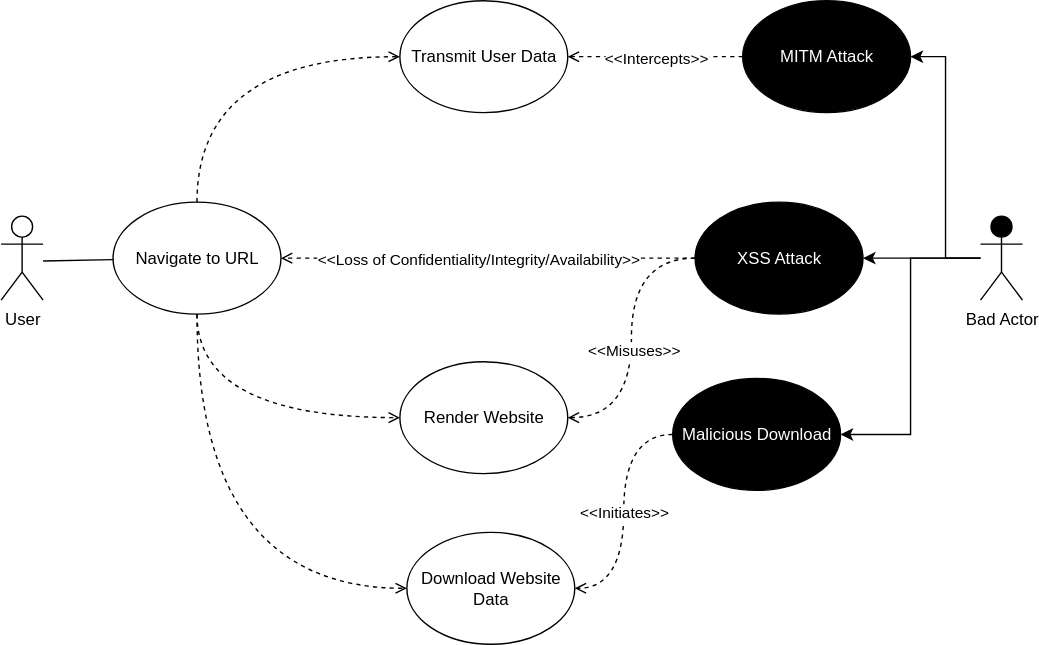
This is docs/UseCase_Navigate_to_URL.svg from chauler/CYBR8420-Team5-Project, a draw.io export, as it was before one commit. Source tidied: cells renumbered, new cells last; positions are measured from the earlier drawing's top-left corner, leaving out a move shared by most shapes.
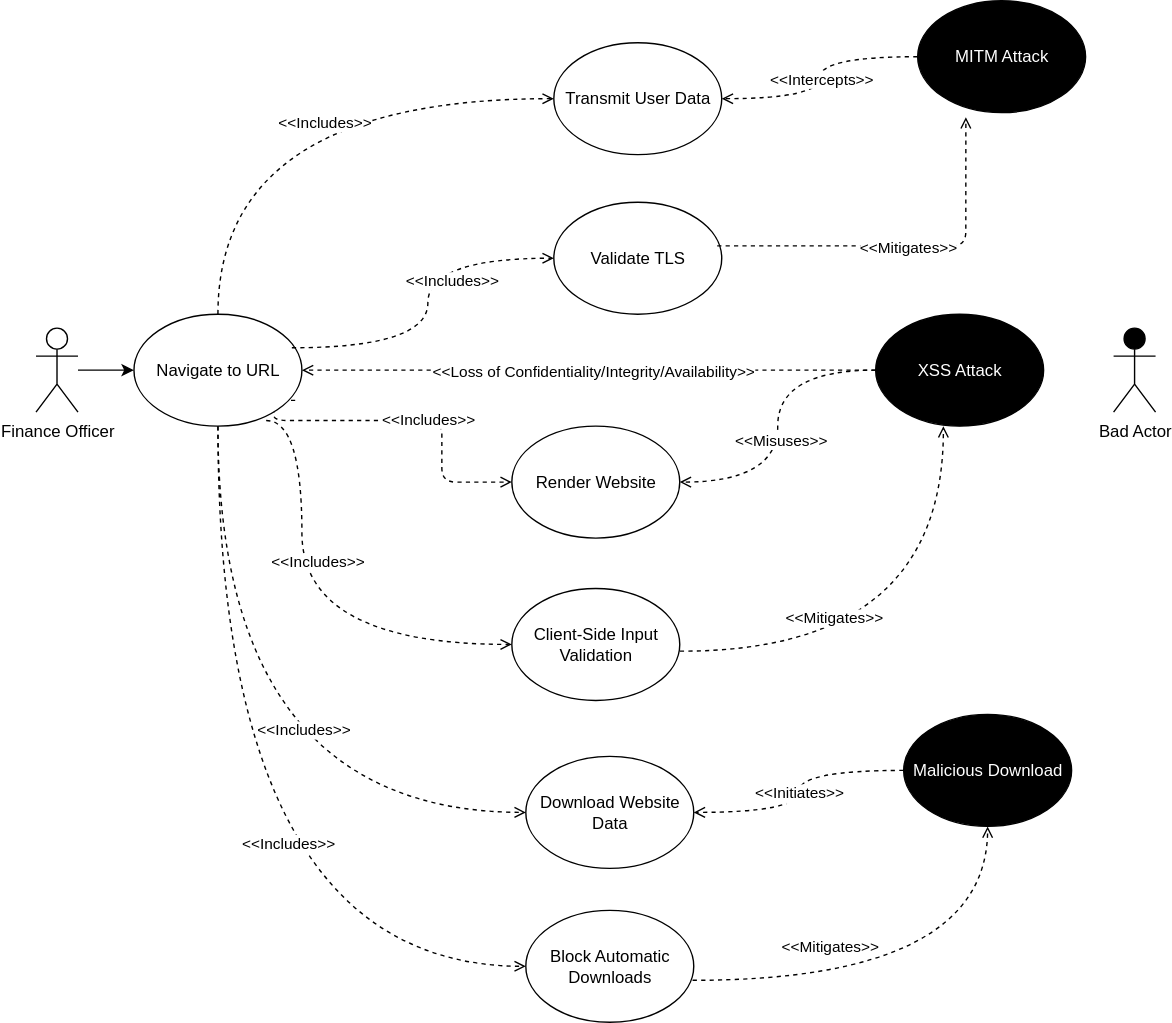
The same diagram one commit later.

Commit message:
Added mitigating security controls to diagram

Diff of the diagram source:
```diff
@@ -2,42 +2,41 @@
   <root>
     <mxCell id="0" />
     <mxCell id="1" parent="0" />
+    <mxCell id="28" style="edgeStyle=orthogonalEdgeStyle;rounded=0;jettySize=auto;html=1;" parent="1" edge="1" source="2" target="7">
+      <mxGeometry relative="1" as="geometry" />
+    </mxCell>
-    <mxCell id="2" value="User" style="shape=umlActor;verticalLabelPosition=bottom;verticalAlign=top;html=1;outlineConnect=0;fillColor=#FFFFFF;" parent="1" vertex="1">
-      <mxGeometry y="154" width="30" height="60" as="geometry" />
+    <mxCell id="2" value="Finance Officer" style="shape=umlActor;verticalLabelPosition=bottom;verticalAlign=top;html=1;outlineConnect=0;fillColor=#FFFFFF;" parent="1" vertex="1">
+      <mxGeometry x="-70" y="154" width="30" height="60" as="geometry" />
     </mxCell>
     <mxCell id="3" style="endArrow=none;html=1;" parent="1" edge="1" source="7">
       <mxGeometry relative="1" as="geometry">
         <mxPoint x="120" y="186" as="targetPoint" />
       </mxGeometry>
     </mxCell>
-    <mxCell id="4" style="edgeStyle=orthogonalEdgeStyle;rounded=1;jettySize=auto;html=1;entryX=0;entryY=0.5;entryDx=0;entryDy=0;dashed=1;strokeWidth=1;endFill=0;endArrow=open;curved=1;exitX=0.5;exitY=1;exitDx=0;exitDy=0;" parent="1" edge="1" source="7" target="5">
-      <mxGeometry relative="1" as="geometry" />
+    <mxCell id="4" style="edgeStyle=orthogonalEdgeStyle;rounded=1;jettySize=auto;html=1;entryX=0;entryY=0.5;entryDx=0;entryDy=0;dashed=1;strokeWidth=1;endFill=0;endArrow=open;curved=0;exitX=0.96;exitY=0.77;exitDx=0;exitDy=0;exitPerimeter=0;" parent="1" edge="1" source="7" target="5">
+      <mxGeometry relative="1" as="geometry">
+        <Array as="points">
+          <mxPoint x="100" y="206" />
+          <mxPoint x="100" y="220" />
+          <mxPoint x="220" y="220" />
+          <mxPoint x="220" y="264" />
+        </Array>
+      </mxGeometry>
     </mxCell>
+    <mxCell id="29" value="&amp;lt;&amp;lt;Includes&amp;gt;&amp;gt;" style="edgeLabel;html=1;align=center;verticalAlign=middle;" parent="4" vertex="1">
+      <mxGeometry x="0.14" y="2" relative="1" as="geometry" />
+    </mxCell>
     <mxCell id="5" value="&lt;font style=&quot;color: rgb(0, 0, 0);&quot;&gt;Render Website&lt;/font&gt;" style="ellipse;whiteSpace=wrap;html=1;fillStyle=solid;fillColor=#FFFFFF;" parent="1" vertex="1">
-      <mxGeometry x="285" y="258" width="120" height="80" as="geometry" />
+      <mxGeometry x="270" y="224" width="120" height="80" as="geometry" />
     </mxCell>
-    <mxCell id="6" style="endArrow=none;html=1;" parent="1" edge="1" target="7">
-      <mxGeometry relative="1" as="geometry">
-        <mxPoint x="30" y="186" as="sourcePoint" />
-      </mxGeometry>
-    </mxCell>
     <mxCell id="7" value="&lt;font style=&quot;color: rgb(0, 0, 0);&quot;&gt;Navigate to URL&lt;/font&gt;" style="ellipse;whiteSpace=wrap;html=1;fillColor=#FFFFFF;fillStyle=solid;" parent="1" vertex="1">
-      <mxGeometry x="80" y="144" width="120" height="80" as="geometry" />
+      <mxGeometry y="144" width="120" height="80" as="geometry" />
     </mxCell>
-    <mxCell id="8" style="edgeStyle=orthogonalEdgeStyle;rounded=0;jettySize=auto;html=1;" parent="1" edge="1" source="11" target="12">
-      <mxGeometry relative="1" as="geometry" />
-    </mxCell>
-    <mxCell id="9" style="edgeStyle=orthogonalEdgeStyle;rounded=0;jettySize=auto;html=1;entryX=1;entryY=0.5;entryDx=0;entryDy=0;" parent="1" edge="1" source="11" target="21">
-      <mxGeometry relative="1" as="geometry" />
-    </mxCell>
-    <mxCell id="10" style="edgeStyle=orthogonalEdgeStyle;rounded=0;jettySize=auto;html=1;entryX=1;entryY=0.5;entryDx=0;entryDy=0;" parent="1" edge="1" source="11" target="25">
-      <mxGeometry relative="1" as="geometry" />
-    </mxCell>
     <mxCell id="11" value="Bad Actor" style="shape=umlActor;verticalLabelPosition=bottom;verticalAlign=top;html=1;outlineConnect=0;fillColor=#000000;" parent="1" vertex="1">
       <mxGeometry x="700" y="154" width="30" height="60" as="geometry" />
     </mxCell>
     <mxCell id="12" value="XSS Attack" style="ellipse;whiteSpace=wrap;html=1;fillColor=#000000;fontColor=#FFFFFF;" parent="1" vertex="1">
-      <mxGeometry x="496" y="144" width="120" height="80" as="geometry" />
+      <mxGeometry x="530" y="144" width="120" height="80" as="geometry" />
     </mxCell>
     <mxCell id="13" style="edgeStyle=orthogonalEdgeStyle;rounded=1;jettySize=auto;html=1;dashed=1;strokeWidth=1;endFill=0;endArrow=open;curved=1;exitX=0;exitY=0.5;exitDx=0;exitDy=0;entryX=1;entryY=0.5;entryDx=0;entryDy=0;" parent="1" edge="1" source="12" target="5">
       <mxGeometry relative="1" as="geometry" />
@@ -46,13 +45,16 @@
       <mxGeometry x="0.08" y="1" relative="1" as="geometry" />
     </mxCell>
     <mxCell id="15" value="&lt;font style=&quot;color: rgb(0, 0, 0);&quot;&gt;Transmit User Data&lt;/font&gt;" style="ellipse;whiteSpace=wrap;html=1;fillStyle=solid;fillColor=#FFFFFF;" parent="1" vertex="1">
-      <mxGeometry x="285" width="120" height="80" as="geometry" />
+      <mxGeometry x="300" y="-50" width="120" height="80" as="geometry" />
     </mxCell>
     <mxCell id="16" style="edgeStyle=orthogonalEdgeStyle;rounded=1;jettySize=auto;html=1;entryX=0;entryY=0.5;entryDx=0;entryDy=0;dashed=1;strokeWidth=1;endFill=0;endArrow=open;curved=1;exitX=0.5;exitY=0;exitDx=0;exitDy=0;" parent="1" edge="1" source="7" target="15">
       <mxGeometry relative="1" as="geometry" />
     </mxCell>
+    <mxCell id="30" value="&amp;lt;&amp;lt;Includes&amp;gt;&amp;gt;" style="edgeLabel;html=1;align=center;verticalAlign=middle;" parent="16" vertex="1">
+      <mxGeometry x="0.16" y="-16" relative="1" as="geometry" />
+    </mxCell>
     <mxCell id="17" value="&lt;font style=&quot;color: rgb(0, 0, 0);&quot;&gt;Download Website Data&lt;/font&gt;" style="ellipse;whiteSpace=wrap;html=1;fillStyle=solid;fillColor=#FFFFFF;" parent="1" vertex="1">
-      <mxGeometry x="290" y="380" width="120" height="80" as="geometry" />
+      <mxGeometry x="280" y="460" width="120" height="80" as="geometry" />
     </mxCell>
     <mxCell id="18" style="edgeStyle=orthogonalEdgeStyle;curved=1;rounded=0;jettySize=auto;html=1;dashed=1;endArrow=open;endFill=0;strokeWidth=1;exitX=0;exitY=0.5;exitDx=0;exitDy=0;" parent="1" edge="1" source="12" target="7">
       <mxGeometry relative="1" as="geometry" />
@@ -65,8 +67,13 @@
     <mxCell id="20" style="edgeStyle=orthogonalEdgeStyle;rounded=1;jettySize=auto;html=1;entryX=0;entryY=0.5;entryDx=0;entryDy=0;dashed=1;strokeWidth=1;endFill=0;endArrow=open;curved=1;exitX=0.5;exitY=1;exitDx=0;exitDy=0;" parent="1" edge="1" source="7" target="17">
       <mxGeometry relative="1" as="geometry" />
     </mxCell>
+    <mxCell id="31" value="&amp;lt;&amp;lt;Includes&amp;gt;&amp;gt;" style="edgeLabel;html=1;align=center;verticalAlign=middle;" parent="20" vertex="1">
+      <mxGeometry x="-0.02" y="49" relative="1" as="geometry">
+        <mxPoint x="11" y="-27" as="offset" />
+      </mxGeometry>
+    </mxCell>
     <mxCell id="21" value="Malicious Download" style="ellipse;whiteSpace=wrap;html=1;fillColor=#000000;fontColor=#FFFFFF;" parent="1" vertex="1">
-      <mxGeometry x="480" y="270" width="120" height="80" as="geometry" />
+      <mxGeometry x="550" y="430" width="120" height="80" as="geometry" />
     </mxCell>
     <mxCell id="22" style="edgeStyle=orthogonalEdgeStyle;rounded=1;jettySize=auto;html=1;dashed=1;strokeWidth=1;endFill=0;endArrow=open;curved=1;exitX=0;exitY=0.5;exitDx=0;exitDy=0;entryX=1;entryY=0.5;entryDx=0;entryDy=0;" parent="1" edge="1" source="21" target="17">
       <mxGeometry relative="1" as="geometry" />
@@ -78,7 +85,7 @@
       <mxGeometry y="-1" relative="1" as="geometry" />
     </mxCell>
     <mxCell id="25" value="MITM Attack" style="ellipse;whiteSpace=wrap;html=1;fillColor=#000000;fontColor=#FFFFFF;" parent="1" vertex="1">
-      <mxGeometry x="530" width="120" height="80" as="geometry" />
+      <mxGeometry x="560" y="-80" width="120" height="80" as="geometry" />
     </mxCell>
     <mxCell id="26" style="edgeStyle=orthogonalEdgeStyle;rounded=1;jettySize=auto;html=1;dashed=1;strokeWidth=1;endFill=0;endArrow=open;curved=1;exitX=0;exitY=0.5;exitDx=0;exitDy=0;entryX=1;entryY=0.5;entryDx=0;entryDy=0;" parent="1" edge="1" source="25" target="15">
       <mxGeometry relative="1" as="geometry" />
@@ -86,5 +93,64 @@
     <mxCell id="27" value="&amp;lt;&amp;lt;Intercepts&amp;gt;&amp;gt;" style="edgeLabel;html=1;align=center;verticalAlign=middle;" parent="26" vertex="1">
       <mxGeometry x="0.01" relative="1" as="geometry" />
     </mxCell>
+    <mxCell id="32" value="&lt;font style=&quot;color: rgb(0, 0, 0);&quot;&gt;Client-Side Input Validation&lt;/font&gt;" style="ellipse;whiteSpace=wrap;html=1;fillStyle=solid;fillColor=#FFFFFF;" parent="1" vertex="1">
+      <mxGeometry x="270" y="340" width="120" height="80" as="geometry" />
+    </mxCell>
+    <mxCell id="33" style="edgeStyle=orthogonalEdgeStyle;rounded=1;orthogonalLoop=1;jettySize=auto;html=1;dashed=1;strokeWidth=1;endFill=0;endArrow=open;curved=1;entryX=0.403;entryY=0.94;entryDx=0;entryDy=0;entryPerimeter=0;" parent="1" edge="1">
+      <mxGeometry relative="1" as="geometry">
+        <mxPoint x="390" y="384.8" as="sourcePoint" />
+        <mxPoint x="578.4" y="224" as="targetPoint" />
+      </mxGeometry>
+    </mxCell>
+    <mxCell id="34" value="&amp;lt;&amp;lt;Mitigates&amp;gt;&amp;gt;" style="edgeLabel;html=1;align=center;verticalAlign=middle;" parent="33" vertex="1">
+      <mxGeometry x="-0.06" relative="1" as="geometry">
+        <mxPoint x="-54" y="-25" as="offset" />
+      </mxGeometry>
+    </mxCell>
+    <mxCell id="35" style="edgeStyle=orthogonalEdgeStyle;rounded=1;jettySize=auto;html=1;entryX=0;entryY=0.5;entryDx=0;entryDy=0;dashed=1;strokeWidth=1;endFill=0;endArrow=open;curved=1;exitX=0.787;exitY=0.95;exitDx=0;exitDy=0;exitPerimeter=0;" parent="1" edge="1" source="7" target="32">
+      <mxGeometry relative="1" as="geometry">
+        <Array as="points">
+          <mxPoint x="120" y="220" />
+          <mxPoint x="120" y="380" />
+        </Array>
+      </mxGeometry>
+    </mxCell>
+    <mxCell id="36" value="&amp;lt;&amp;lt;Includes&amp;gt;&amp;gt;" style="edgeLabel;html=1;align=center;verticalAlign=middle;" parent="35" vertex="1">
+      <mxGeometry x="0.14" y="2" relative="1" as="geometry">
+        <mxPoint x="4" y="-58" as="offset" />
+      </mxGeometry>
+    </mxCell>
+    <mxCell id="37" value="&lt;font style=&quot;color: rgb(0, 0, 0);&quot;&gt;Validate TLS&lt;/font&gt;" style="ellipse;whiteSpace=wrap;html=1;fillStyle=solid;fillColor=#FFFFFF;" parent="1" vertex="1">
+      <mxGeometry x="300" y="64" width="120" height="80" as="geometry" />
+    </mxCell>
+    <mxCell id="38" style="edgeStyle=orthogonalEdgeStyle;rounded=1;jettySize=auto;html=1;dashed=1;strokeWidth=1;endFill=0;endArrow=open;curved=0;exitX=0.973;exitY=0.39;exitDx=0;exitDy=0;entryX=0.287;entryY=1.04;entryDx=0;entryDy=0;entryPerimeter=0;exitPerimeter=0;" parent="1" edge="1" source="37" target="25">
+      <mxGeometry relative="1" as="geometry" />
+    </mxCell>
+    <mxCell id="39" value="&amp;lt;&amp;lt;Mitigates&amp;gt;&amp;gt;" style="edgeLabel;html=1;align=center;verticalAlign=middle;" parent="38" vertex="1">
+      <mxGeometry x="0.01" relative="1" as="geometry" />
+    </mxCell>
+    <mxCell id="40" style="edgeStyle=orthogonalEdgeStyle;rounded=1;jettySize=auto;html=1;entryX=0;entryY=0.5;entryDx=0;entryDy=0;dashed=1;strokeWidth=1;endFill=0;endArrow=open;curved=1;exitX=0.94;exitY=0.3;exitDx=0;exitDy=0;exitPerimeter=0;" parent="1" edge="1" source="7" target="37">
+      <mxGeometry relative="1" as="geometry" />
+    </mxCell>
+    <mxCell id="41" value="&amp;lt;&amp;lt;Includes&amp;gt;&amp;gt;" style="edgeLabel;html=1;align=center;verticalAlign=middle;" parent="40" vertex="1">
+      <mxGeometry x="0.16" y="-16" relative="1" as="geometry" />
+    </mxCell>
+    <mxCell id="42" value="&lt;font style=&quot;color: rgb(0, 0, 0);&quot;&gt;Block Automatic Downloads&lt;/font&gt;" style="ellipse;whiteSpace=wrap;html=1;fillStyle=solid;fillColor=#FFFFFF;" parent="1" vertex="1">
+      <mxGeometry x="280" y="570" width="120" height="80" as="geometry" />
+    </mxCell>
+    <mxCell id="43" style="edgeStyle=orthogonalEdgeStyle;rounded=1;jettySize=auto;html=1;dashed=1;strokeWidth=1;endFill=0;endArrow=open;curved=1;entryX=0.5;entryY=1;entryDx=0;entryDy=0;exitX=0.993;exitY=0.625;exitDx=0;exitDy=0;exitPerimeter=0;" parent="1" edge="1" source="42" target="21">
+      <mxGeometry relative="1" as="geometry" />
+    </mxCell>
+    <mxCell id="44" value="&amp;lt;&amp;lt;Mitigates&amp;gt;&amp;gt;" style="edgeLabel;html=1;align=center;verticalAlign=middle;" parent="43" vertex="1">
+      <mxGeometry x="-0.06" relative="1" as="geometry">
+        <mxPoint x="-54" y="-25" as="offset" />
+      </mxGeometry>
+    </mxCell>
+    <mxCell id="45" style="edgeStyle=orthogonalEdgeStyle;rounded=1;jettySize=auto;html=1;entryX=0;entryY=0.5;entryDx=0;entryDy=0;dashed=1;strokeWidth=1;endFill=0;endArrow=open;curved=1;exitX=0.5;exitY=1;exitDx=0;exitDy=0;" parent="1" edge="1" source="7" target="42">
+      <mxGeometry relative="1" as="geometry" />
+    </mxCell>
+    <mxCell id="46" value="&amp;lt;&amp;lt;Includes&amp;gt;&amp;gt;" style="edgeLabel;html=1;align=center;verticalAlign=middle;" parent="45" vertex="1">
+      <mxGeometry x="-0.02" y="49" relative="1" as="geometry" />
+    </mxCell>
   </root>
 </mxGraphModel>
```
